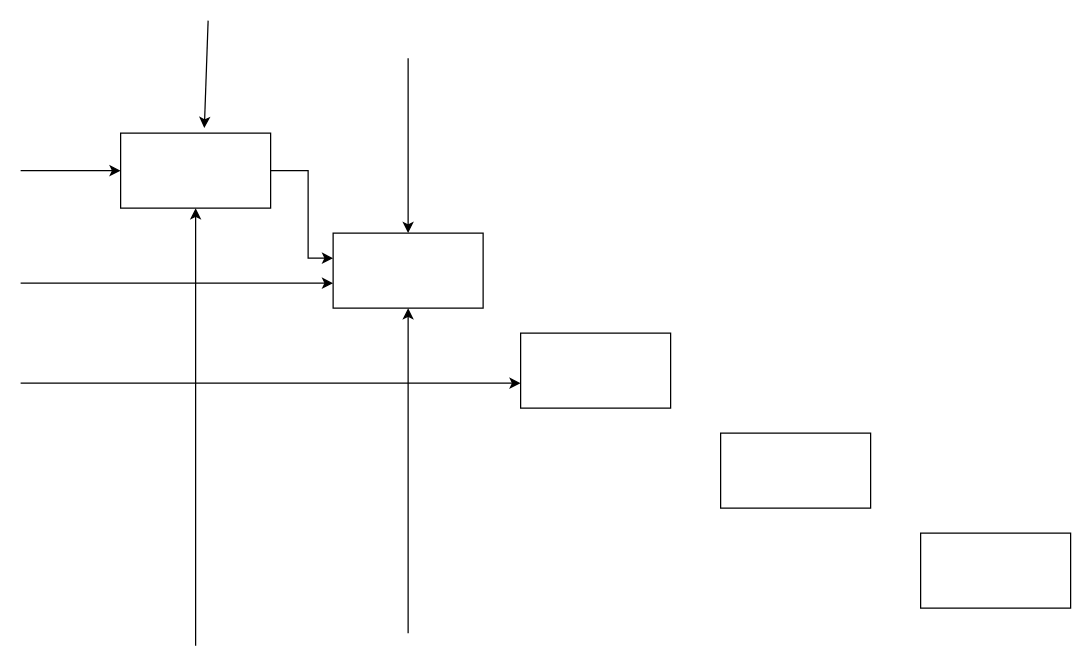
Above: page "Страница 3" (3 of 3) of Диаграз названия.drawio in Ev0or/dontTouch (draw.io), before the change. Source tidied: cells renumbered, new cells numbered last; positions are measured from the earlier drawing's top-left corner, leaving out a move shared by most shapes. Both pictures are drawn from the tidied source at 125%, with x=0, y=0 at pixel (20, 20).
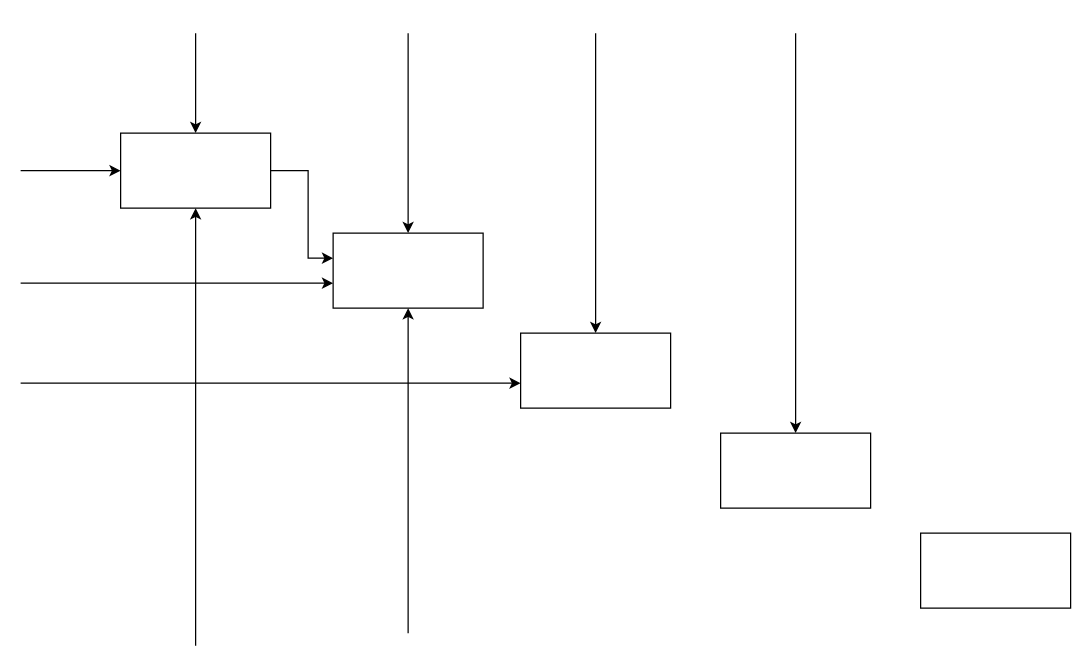
After the change.

The change refers to these unchanged cells:
```xml
<mxCell id="3" style="rounded=0;whiteSpace=wrap;html=1;" parent="1" vertex="1">
  <mxGeometry x="400" y="250" width="120" height="60" as="geometry" />
</mxCell>
<mxCell id="4" style="rounded=0;whiteSpace=wrap;html=1;" parent="1" vertex="1">
  <mxGeometry x="560" y="330" width="120" height="60" as="geometry" />
</mxCell>
<mxCell id="6" style="rounded=0;whiteSpace=wrap;html=1;" parent="1" vertex="1">
  <mxGeometry x="80" y="90" width="120" height="60" as="geometry" />
</mxCell>
```

Change to the diagram source:
```diff
@@
     <mxCell id="11" style="endArrow=classic;html=1;rounded=0;" parent="1" edge="1">
       <mxGeometry relative="1" as="geometry">
-        <mxPoint x="310" y="30" as="sourcePoint" />
+        <mxPoint x="310" y="10" as="sourcePoint" />
         <mxPoint x="310" y="170" as="targetPoint" />
       </mxGeometry>
     </mxCell>
-    <mxCell id="12" style="endArrow=classic;html=1;rounded=0;entryX=0.558;entryY=-0.067;entryDx=0;entryDy=0;entryPerimeter=0;" parent="1" edge="1" target="6">
+    <mxCell id="12" style="endArrow=classic;html=1;rounded=0;entryX=0.5;entryY=0;entryDx=0;entryDy=0;" parent="1" edge="1" target="6">
       <mxGeometry relative="1" as="geometry">
-        <mxPoint x="150" as="sourcePoint" />
+        <mxPoint x="140" y="10" as="sourcePoint" />
       </mxGeometry>
     </mxCell>
@@
+    <mxCell id="15" style="endArrow=classic;html=1;rounded=0;entryX=0.5;entryY=0;entryDx=0;entryDy=0;" parent="1" edge="1" target="3">
+      <mxGeometry relative="1" as="geometry">
+        <mxPoint x="460" y="10" as="sourcePoint" />
+      </mxGeometry>
+    </mxCell>
+    <mxCell id="16" style="endArrow=classic;html=1;rounded=0;entryX=0.5;entryY=0;entryDx=0;entryDy=0;" parent="1" edge="1" target="4">
+      <mxGeometry relative="1" as="geometry">
+        <mxPoint x="620" y="10" as="sourcePoint" />
+      </mxGeometry>
+    </mxCell>
```
